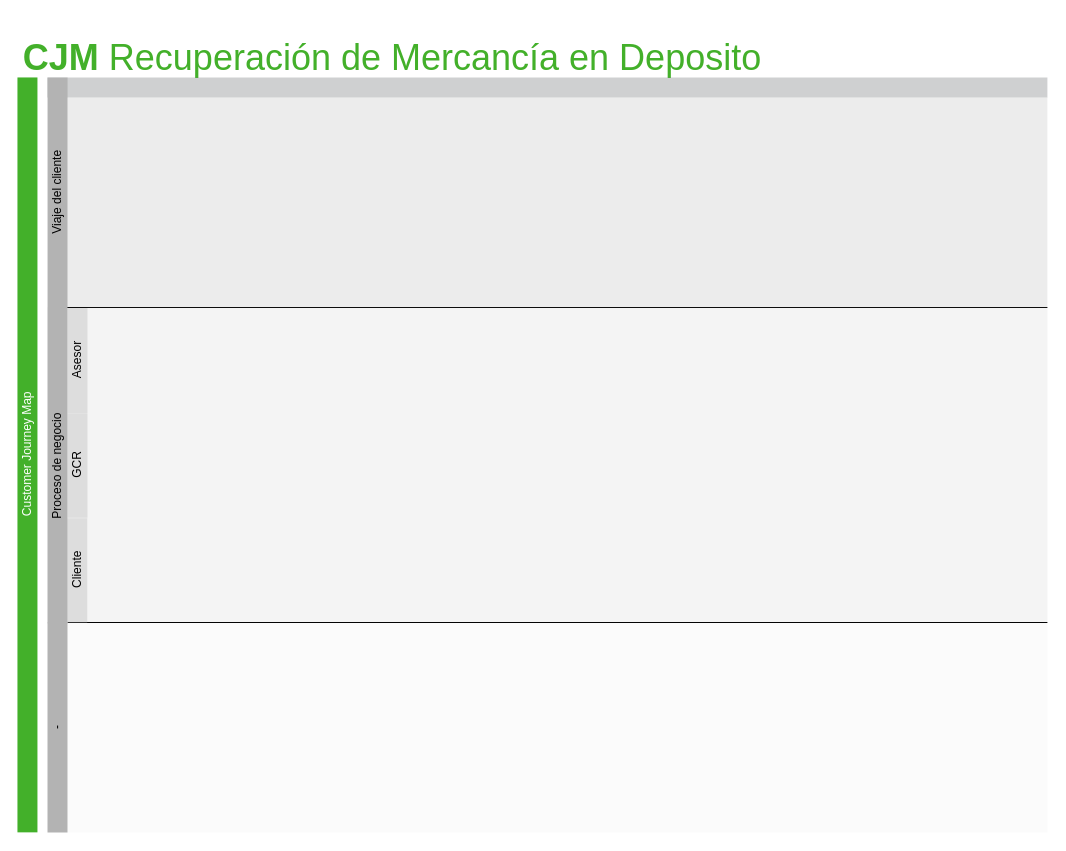
This is customerJourney.drawio from ChristianG-M/WEB, a draw.io file, before an edit. Source tidied: cells renumbered, new cells numbered last; positions are measured from the earlier drawing's top-left corner, leaving out a move shared by most shapes. Both pictures are drawn from the tidied source at 100%, with x=0, y=0 at pixel (-351, 17).
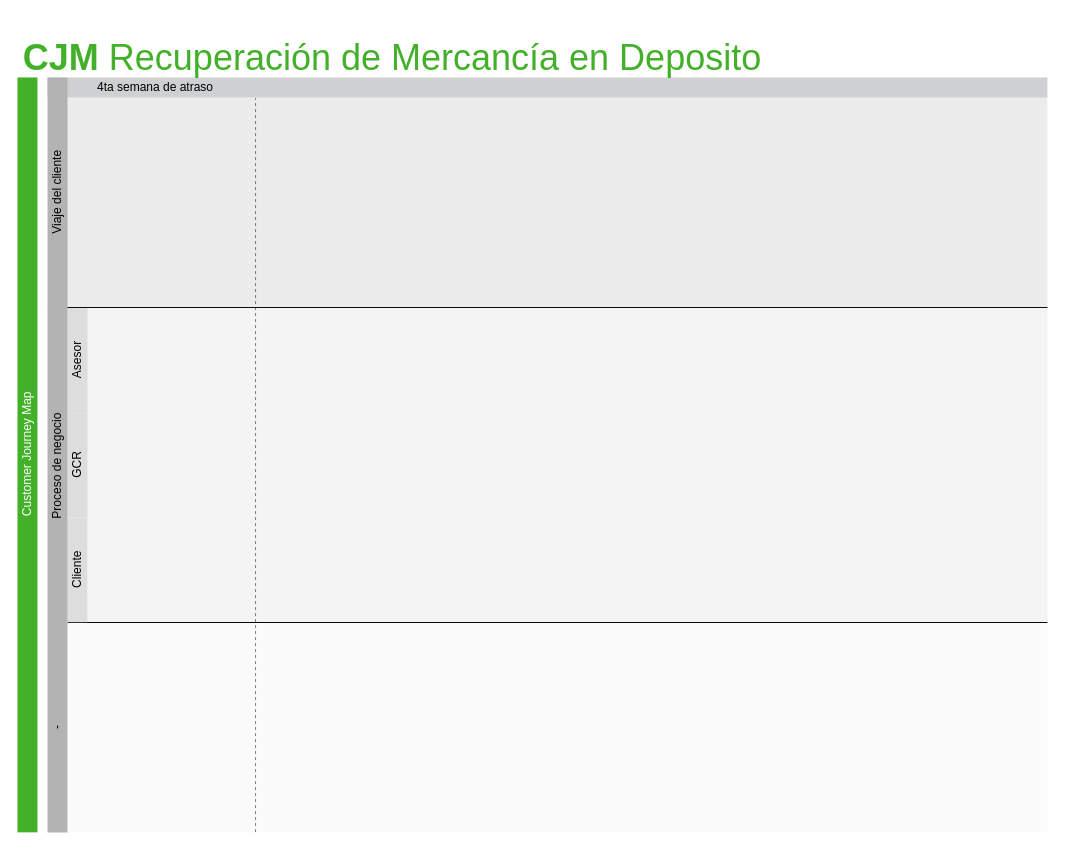
After the change.

Diff of the diagram source:
```diff
@@
 <mxGraphModel>
   <root>
     <mxCell id="0" />
     <mxCell id="1" parent="0" />
     <mxCell id="2" value="&lt;font style=&quot;font-size: 36px&quot; color=&quot;#43B02A&quot;&gt;&lt;b&gt;CJM&lt;/b&gt; Recuperación de Mercancía en Deposito&lt;/font&gt;" style="text;html=1;strokeColor=none;fillColor=none;align=center;verticalAlign=middle;whiteSpace=wrap;rounded=0;" parent="1" vertex="1">
       <mxGeometry x="367.9" width="750" height="80" as="geometry" />
     </mxCell>
     <mxCell id="3" value="&lt;font color=&quot;#FFFFFF&quot;&gt;Customer Journey Map&lt;/font&gt;" style="rounded=0;whiteSpace=wrap;html=1;fillColor=#43B02A;strokeColor=none;rotation=-90;" parent="1" vertex="1">
       <mxGeometry x="0.5" y="427.4" width="754.9" height="20" as="geometry" />
     </mxCell>
     <mxCell id="4" style="rounded=0;whiteSpace=wrap;html=1;strokeColor=none;fillColor=#75787b;opacity=35;" parent="1" vertex="1">
       <mxGeometry x="397.9" y="60" width="1000" height="20" as="geometry" />
     </mxCell>
     <mxCell id="5" value="Viaje del cliente" style="rounded=0;whiteSpace=wrap;html=1;strokeColor=none;rotation=-90;fillColor=#B3B3B3;" parent="1" vertex="1">
       <mxGeometry x="292.8" y="165.3" width="230.5" height="20" as="geometry" />
     </mxCell>
     <mxCell id="6" style="rounded=0;whiteSpace=wrap;html=1;fillColor=#B3B3B3;opacity=25;strokeColor=none;" parent="1" vertex="1">
       <mxGeometry x="417.9" y="80" width="980" height="210" as="geometry" />
     </mxCell>
     <mxCell id="7" style="endArrow=none;html=1;entryX=1;entryY=1;entryDx=0;entryDy=0;" parent="1" edge="1" target="6">
       <mxGeometry relative="1" as="geometry">
         <mxPoint x="417.9" y="290" as="sourcePoint" />
       </mxGeometry>
     </mxCell>
     <mxCell id="8" style="rounded=0;whiteSpace=wrap;html=1;fillColor=#B3B3B3;opacity=15;strokeColor=none;" parent="1" vertex="1">
       <mxGeometry x="418" y="290" width="979.9" height="315" as="geometry" />
     </mxCell>
     <mxCell id="9" style="endArrow=none;html=1;entryX=1;entryY=1;entryDx=0;entryDy=0;" parent="1" edge="1">
       <mxGeometry relative="1" as="geometry">
         <mxPoint x="417.9" y="605" as="sourcePoint" />
         <mxPoint x="1397.9" y="605" as="targetPoint" />
       </mxGeometry>
     </mxCell>
     <mxCell id="10" style="rounded=0;whiteSpace=wrap;html=1;fillColor=#B3B3B3;opacity=5;strokeColor=none;" parent="1" vertex="1">
       <mxGeometry x="417.9" y="605" width="980" height="210" as="geometry" />
     </mxCell>
     <mxCell id="11" value="Asesor" style="rounded=0;whiteSpace=wrap;html=1;strokeColor=none;rotation=-90;fillColor=#B3B3B3;opacity=35;" parent="1" vertex="1">
       <mxGeometry x="375.5" y="333" width="105" height="20" as="geometry" />
     </mxCell>
     <mxCell id="12" value="GCR" style="rounded=0;whiteSpace=wrap;html=1;strokeColor=none;rotation=-90;fillColor=#B3B3B3;opacity=35;" parent="1" vertex="1">
       <mxGeometry x="375.7" y="438" width="104.5" height="20" as="geometry" />
     </mxCell>
     <mxCell id="13" value="Cliente" style="rounded=0;whiteSpace=wrap;html=1;strokeColor=none;rotation=-90;fillColor=#B3B3B3;opacity=35;" parent="1" vertex="1">
       <mxGeometry x="375.5" y="543" width="104.5" height="20" as="geometry" />
     </mxCell>
     <mxCell id="14" value="Proceso de negocio" style="rounded=0;whiteSpace=wrap;html=1;strokeColor=none;rotation=-90;fillColor=#B3B3B3;" parent="1" vertex="1">
       <mxGeometry x="250.3" y="438.1" width="315.4" height="20" as="geometry" />
     </mxCell>
     <mxCell id="15" value="-" style="rounded=0;whiteSpace=wrap;html=1;strokeColor=none;rotation=-90;fillColor=#B3B3B3;" parent="1" vertex="1">
       <mxGeometry x="303" y="700" width="210" height="20" as="geometry" />
     </mxCell>
+    <mxCell id="16" value="4ta semana de atraso" style="text;html=1;strokeColor=none;fillColor=none;align=center;verticalAlign=middle;whiteSpace=wrap;rounded=0;opacity=35;" parent="1" vertex="1">
+      <mxGeometry x="445.7" y="60" width="120" height="20" as="geometry" />
+    </mxCell>
+    <mxCell id="17" style="endArrow=none;dashed=1;html=1;opacity=50;exitX=0.192;exitY=0.998;exitDx=0;exitDy=0;exitPerimeter=0;entryX=0.192;entryY=0.003;entryDx=0;entryDy=0;entryPerimeter=0;" parent="1" edge="1" source="10" target="6">
+      <mxGeometry relative="1" as="geometry" />
+    </mxCell>
   </root>
 </mxGraphModel>
```
